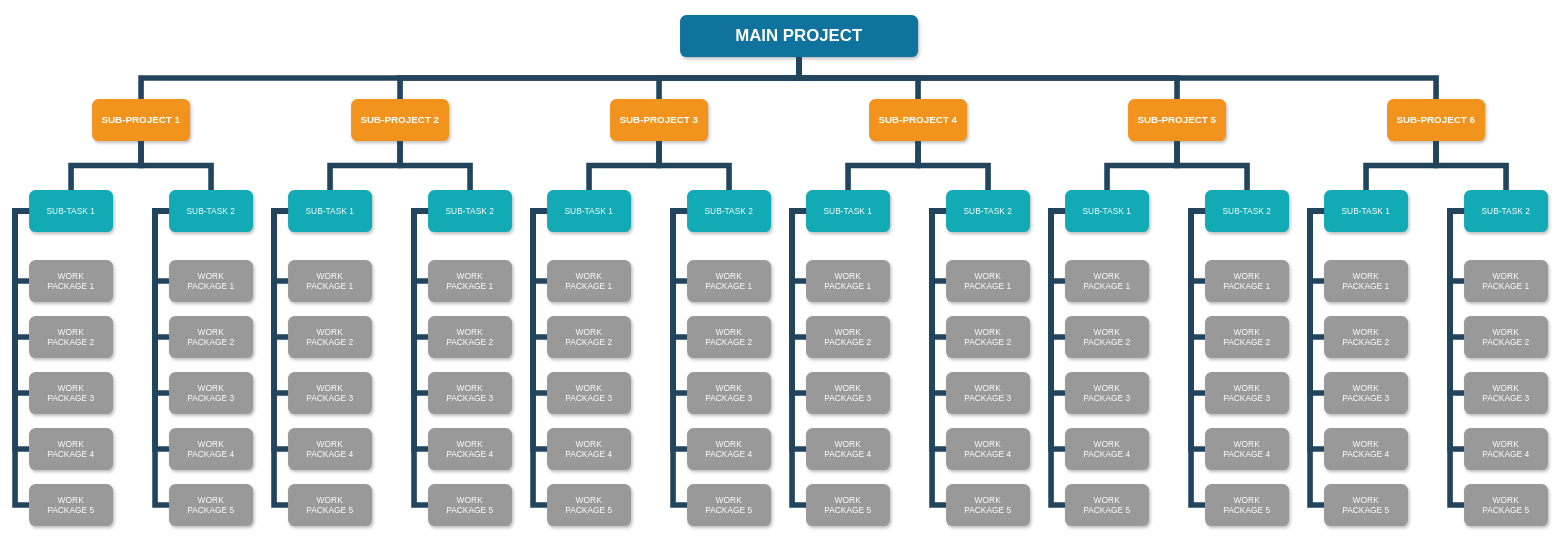
The draw.io diagram Untitled Diagram.drawio in leohlgctzby/git_test1, before the edit. Source tidied: cells renumbered, new cells numbered last; positions are measured from the earlier drawing's top-left corner, leaving out a move shared by most shapes. Both pictures are drawn from the tidied source at 70%, with x=0, y=0 at pixel (15, 15).
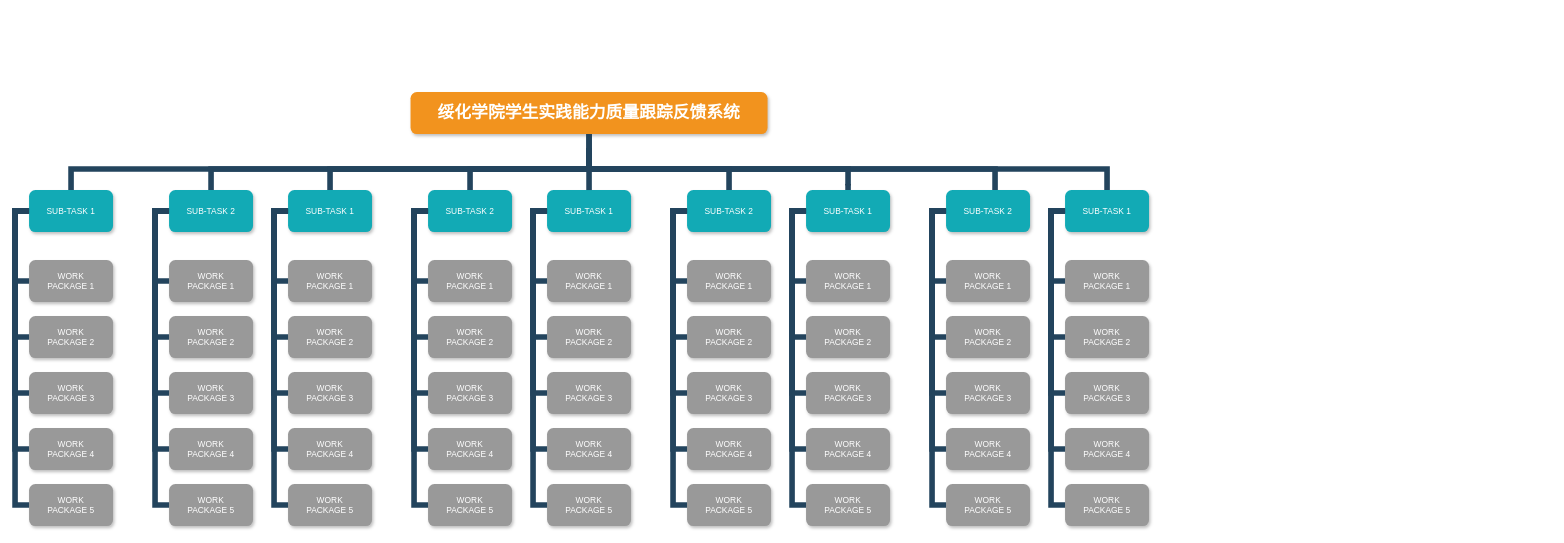
The same page after the edit.

Unchanged cells that the change refers to:
```xml
<mxCell id="9" value="SUB-TASK 1" style="whiteSpace=wrap;rounded=1;fillColor=#12AAB5;strokeColor=none;shadow=1;fontColor=#FFFFFF;" parent="1" vertex="1">
  <mxGeometry x="20" y="250" width="120" height="60" as="geometry" />
</mxCell>
<mxCell id="10" value="SUB-TASK 2" style="whiteSpace=wrap;rounded=1;fillColor=#12AAB5;strokeColor=none;shadow=1;fontColor=#FFFFFF;" parent="1" vertex="1">
  <mxGeometry x="220" y="250" width="120" height="60" as="geometry" />
</mxCell>
<mxCell id="21" value="SUB-TASK 1" style="whiteSpace=wrap;rounded=1;fillColor=#12AAB5;strokeColor=none;shadow=1;fontColor=#FFFFFF;" parent="1" vertex="1">
  <mxGeometry x="390" y="250" width="120" height="60" as="geometry" />
</mxCell>
<mxCell id="22" value="SUB-TASK 2" style="whiteSpace=wrap;rounded=1;fillColor=#12AAB5;strokeColor=none;shadow=1;fontColor=#FFFFFF;" parent="1" vertex="1">
  <mxGeometry x="590" y="250" width="120" height="60" as="geometry" />
</mxCell>
<mxCell id="57" value="SUB-TASK 1" style="whiteSpace=wrap;rounded=1;fillColor=#12AAB5;strokeColor=none;shadow=1;fontColor=#FFFFFF;" parent="1" vertex="1">
  <mxGeometry x="760" y="250" width="120" height="60" as="geometry" />
</mxCell>
<mxCell id="58" value="SUB-TASK 2" style="whiteSpace=wrap;rounded=1;fillColor=#12AAB5;strokeColor=none;shadow=1;fontColor=#FFFFFF;" parent="1" vertex="1">
  <mxGeometry x="960" y="250" width="120" height="60" as="geometry" />
</mxCell>
<mxCell id="79" value="SUB-TASK 1" style="whiteSpace=wrap;rounded=1;fillColor=#12AAB5;strokeColor=none;shadow=1;fontColor=#FFFFFF;" parent="1" vertex="1">
  <mxGeometry x="1130" y="250" width="120" height="60" as="geometry" />
</mxCell>
<mxCell id="80" value="SUB-TASK 2" style="whiteSpace=wrap;rounded=1;fillColor=#12AAB5;strokeColor=none;shadow=1;fontColor=#FFFFFF;" parent="1" vertex="1">
  <mxGeometry x="1330" y="250" width="120" height="60" as="geometry" />
</mxCell>
<mxCell id="101" value="SUB-TASK 1" style="whiteSpace=wrap;rounded=1;fillColor=#12AAB5;strokeColor=none;shadow=1;fontColor=#FFFFFF;" parent="1" vertex="1">
  <mxGeometry x="1500" y="250" width="120" height="60" as="geometry" />
</mxCell>
```

What changed in the source:
```diff
@@
-    <mxCell id="2" value="MAIN PROJECT" style="whiteSpace=wrap;rounded=1;shadow=1;fillColor=#10739E;strokeColor=none;fontColor=#FFFFFF;fontStyle=1;fontSize=24;" parent="1" vertex="1">
-      <mxGeometry x="950" width="340" height="60" as="geometry" />
+    <mxCell id="2" value="绥化学院学生实践能力质量跟踪反馈系统" style="whiteSpace=wrap;rounded=1;shadow=1;strokeColor=none;fontColor=#FFFFFF;fontStyle=1;fontSize=24;fillColor=#F2931E;" parent="1" vertex="1">
+      <mxGeometry x="565" y="110" width="510" height="60" as="geometry" />
     </mxCell>
-    <mxCell id="3" value="SUB-PROJECT 1" style="whiteSpace=wrap;rounded=1;fillColor=#F2931E;strokeColor=none;shadow=1;fontColor=#FFFFFF;fontStyle=1;fontSize=14;" parent="1" vertex="1">
-      <mxGeometry x="110" y="120" width="140" height="60" as="geometry" />
-    </mxCell>
-    <mxCell id="4" value="SUB-PROJECT 2" style="whiteSpace=wrap;rounded=1;fillColor=#F2931E;strokeColor=none;shadow=1;fontColor=#FFFFFF;fontStyle=1;fontSize=14;" parent="1" vertex="1">
-      <mxGeometry x="480" y="120" width="140" height="60" as="geometry" />
-    </mxCell>
-    <mxCell id="5" value="SUB-PROJECT 6" style="whiteSpace=wrap;rounded=1;fillColor=#F2931E;strokeColor=none;shadow=1;fontColor=#FFFFFF;fontStyle=1;fontSize=14;" parent="1" vertex="1">
-      <mxGeometry x="1960" y="120" width="140" height="60" as="geometry" />
-    </mxCell>
-    <mxCell id="6" value="SUB-PROJECT 3" style="whiteSpace=wrap;rounded=1;fillColor=#F2931E;strokeColor=none;shadow=1;fontColor=#FFFFFF;fontStyle=1;fontSize=14;" parent="1" vertex="1">
-      <mxGeometry x="850" y="120" width="140" height="60" as="geometry" />
-    </mxCell>
-    <mxCell id="7" value="SUB-PROJECT 4" style="whiteSpace=wrap;rounded=1;fillColor=#F2931E;strokeColor=none;shadow=1;fontColor=#FFFFFF;fontStyle=1;fontSize=14;" parent="1" vertex="1">
-      <mxGeometry x="1220" y="120" width="140" height="60" as="geometry" />
-    </mxCell>
-    <mxCell id="8" value="SUB-PROJECT 5" style="whiteSpace=wrap;rounded=1;fillColor=#F2931E;strokeColor=none;shadow=1;fontColor=#FFFFFF;fontStyle=1;fontSize=14;" parent="1" vertex="1">
-      <mxGeometry x="1590" y="120" width="140" height="60" as="geometry" />
-    </mxCell>
@@
-    <mxCell id="33" style="edgeStyle=elbowEdgeStyle;elbow=vertical;rounded=0;fontColor=#000000;endArrow=none;endFill=0;strokeWidth=8;strokeColor=#23445D;" parent="1" edge="1" source="3" target="9">
-      <mxGeometry relative="1" as="geometry" />
-    </mxCell>
-    <mxCell id="34" style="edgeStyle=elbowEdgeStyle;elbow=vertical;rounded=0;fontColor=#000000;endArrow=none;endFill=0;strokeWidth=8;strokeColor=#23445D;" parent="1" edge="1" source="3" target="10">
-      <mxGeometry relative="1" as="geometry" />
-    </mxCell>
@@
-    <mxCell id="45" style="edgeStyle=elbowEdgeStyle;elbow=vertical;rounded=0;fontColor=#000000;endArrow=none;endFill=0;strokeWidth=8;strokeColor=#23445D;" parent="1" edge="1" source="4" target="21">
-      <mxGeometry relative="1" as="geometry" />
-    </mxCell>
-    <mxCell id="46" style="edgeStyle=elbowEdgeStyle;elbow=vertical;rounded=0;fontColor=#000000;endArrow=none;endFill=0;strokeWidth=8;strokeColor=#23445D;" parent="1" edge="1" source="4" target="22">
-      <mxGeometry relative="1" as="geometry" />
-    </mxCell>
@@
+    <mxCell id="159" style="edgeStyle=orthogonalEdgeStyle;rounded=0;jettySize=auto;html=1;" parent="1" edge="1" source="79">
+      <mxGeometry relative="1" as="geometry">
+        <mxPoint x="1190" y="250" as="targetPoint" />
+      </mxGeometry>
+    </mxCell>
@@
-    <mxCell id="102" value="SUB-TASK 2" style="whiteSpace=wrap;rounded=1;fillColor=#12AAB5;strokeColor=none;shadow=1;fontColor=#FFFFFF;" parent="1" vertex="1">
-      <mxGeometry x="1700" y="250" width="120" height="60" as="geometry" />
-    </mxCell>
@@
-    <mxCell id="108" value="WORK&#10;PACKAGE 1" style="whiteSpace=wrap;rounded=1;fillColor=#999999;strokeColor=none;shadow=1;fontColor=#FFFFFF;fontStyle=0;" parent="1" vertex="1">
-      <mxGeometry x="1700" y="350" width="120" height="60" as="geometry" />
-    </mxCell>
-    <mxCell id="109" value="WORK&#10;PACKAGE 2" style="whiteSpace=wrap;rounded=1;fillColor=#999999;strokeColor=none;shadow=1;fontColor=#FFFFFF;fontStyle=0;" parent="1" vertex="1">
-      <mxGeometry x="1700" y="430" width="120" height="60" as="geometry" />
-    </mxCell>
-    <mxCell id="110" value="WORK&#10;PACKAGE 3" style="whiteSpace=wrap;rounded=1;fillColor=#999999;strokeColor=none;shadow=1;fontColor=#FFFFFF;fontStyle=0;" parent="1" vertex="1">
-      <mxGeometry x="1700" y="510" width="120" height="60" as="geometry" />
-    </mxCell>
-    <mxCell id="111" value="WORK&#10;PACKAGE 4" style="whiteSpace=wrap;rounded=1;fillColor=#999999;strokeColor=none;shadow=1;fontColor=#FFFFFF;fontStyle=0;" parent="1" vertex="1">
-      <mxGeometry x="1700" y="590" width="120" height="60" as="geometry" />
-    </mxCell>
-    <mxCell id="112" value="WORK&#10;PACKAGE 5" style="whiteSpace=wrap;rounded=1;fillColor=#999999;strokeColor=none;shadow=1;fontColor=#FFFFFF;fontStyle=0;" parent="1" vertex="1">
-      <mxGeometry x="1700" y="670" width="120" height="60" as="geometry" />
-    </mxCell>
@@
-    <mxCell id="118" style="edgeStyle=elbowEdgeStyle;elbow=horizontal;rounded=0;fontColor=#000000;endArrow=none;endFill=0;strokeWidth=8;strokeColor=#23445D;" parent="1" edge="1" source="102" target="108">
-      <mxGeometry relative="1" as="geometry">
-        <Array as="points">
-          <mxPoint x="1680" y="330" />
-        </Array>
-      </mxGeometry>
-    </mxCell>
-    <mxCell id="119" style="edgeStyle=elbowEdgeStyle;elbow=horizontal;rounded=0;fontColor=#000000;endArrow=none;endFill=0;strokeWidth=8;strokeColor=#23445D;" parent="1" edge="1" source="102" target="109">
-      <mxGeometry relative="1" as="geometry">
-        <Array as="points">
-          <mxPoint x="1680" y="370" />
-        </Array>
-      </mxGeometry>
-    </mxCell>
-    <mxCell id="120" style="edgeStyle=elbowEdgeStyle;elbow=horizontal;rounded=0;fontColor=#000000;endArrow=none;endFill=0;strokeWidth=8;strokeColor=#23445D;" parent="1" edge="1" source="102" target="112">
-      <mxGeometry relative="1" as="geometry">
-        <Array as="points">
-          <mxPoint x="1680" y="490" />
-        </Array>
-      </mxGeometry>
-    </mxCell>
-    <mxCell id="121" style="edgeStyle=elbowEdgeStyle;elbow=horizontal;rounded=0;fontColor=#000000;endArrow=none;endFill=0;strokeWidth=8;strokeColor=#23445D;" parent="1" edge="1" source="102" target="111">
-      <mxGeometry relative="1" as="geometry">
-        <Array as="points">
-          <mxPoint x="1680" y="450" />
-        </Array>
-      </mxGeometry>
-    </mxCell>
-    <mxCell id="122" style="edgeStyle=elbowEdgeStyle;elbow=horizontal;rounded=0;fontColor=#000000;endArrow=none;endFill=0;strokeWidth=8;strokeColor=#23445D;" parent="1" edge="1" source="102" target="110">
-      <mxGeometry relative="1" as="geometry">
-        <Array as="points">
-          <mxPoint x="1680" y="420" />
-        </Array>
-      </mxGeometry>
-    </mxCell>
-    <mxCell id="123" value="SUB-TASK 1" style="whiteSpace=wrap;rounded=1;fillColor=#12AAB5;strokeColor=none;shadow=1;fontColor=#FFFFFF;" parent="1" vertex="1">
-      <mxGeometry x="1870" y="250" width="120" height="60" as="geometry" />
-    </mxCell>
-    <mxCell id="124" value="SUB-TASK 2" style="whiteSpace=wrap;rounded=1;fillColor=#12AAB5;strokeColor=none;shadow=1;fontColor=#FFFFFF;" parent="1" vertex="1">
-      <mxGeometry x="2070" y="250" width="120" height="60" as="geometry" />
-    </mxCell>
-    <mxCell id="125" value="WORK&#10;PACKAGE 1" style="whiteSpace=wrap;rounded=1;fillColor=#999999;strokeColor=none;shadow=1;fontColor=#FFFFFF;fontStyle=0;" parent="1" vertex="1">
-      <mxGeometry x="1870" y="350" width="120" height="60" as="geometry" />
-    </mxCell>
-    <mxCell id="126" value="WORK&#10;PACKAGE 2" style="whiteSpace=wrap;rounded=1;fillColor=#999999;strokeColor=none;shadow=1;fontColor=#FFFFFF;fontStyle=0;" parent="1" vertex="1">
-      <mxGeometry x="1870" y="430" width="120" height="60" as="geometry" />
-    </mxCell>
-    <mxCell id="127" value="WORK&#10;PACKAGE 3" style="whiteSpace=wrap;rounded=1;fillColor=#999999;strokeColor=none;shadow=1;fontColor=#FFFFFF;fontStyle=0;" parent="1" vertex="1">
-      <mxGeometry x="1870" y="510" width="120" height="60" as="geometry" />
-    </mxCell>
-    <mxCell id="128" value="WORK&#10;PACKAGE 4" style="whiteSpace=wrap;rounded=1;fillColor=#999999;strokeColor=none;shadow=1;fontColor=#FFFFFF;fontStyle=0;" parent="1" vertex="1">
-      <mxGeometry x="1870" y="590" width="120" height="60" as="geometry" />
-    </mxCell>
-    <mxCell id="129" value="WORK&#10;PACKAGE 5" style="whiteSpace=wrap;rounded=1;fillColor=#999999;strokeColor=none;shadow=1;fontColor=#FFFFFF;fontStyle=0;" parent="1" vertex="1">
-      <mxGeometry x="1870" y="670" width="120" height="60" as="geometry" />
-    </mxCell>
-    <mxCell id="130" value="WORK&#10;PACKAGE 1" style="whiteSpace=wrap;rounded=1;fillColor=#999999;strokeColor=none;shadow=1;fontColor=#FFFFFF;fontStyle=0;" parent="1" vertex="1">
-      <mxGeometry x="2070" y="350" width="120" height="60" as="geometry" />
-    </mxCell>
-    <mxCell id="131" value="WORK&#10;PACKAGE 2" style="whiteSpace=wrap;rounded=1;fillColor=#999999;strokeColor=none;shadow=1;fontColor=#FFFFFF;fontStyle=0;" parent="1" vertex="1">
-      <mxGeometry x="2070" y="430" width="120" height="60" as="geometry" />
-    </mxCell>
-    <mxCell id="132" value="WORK&#10;PACKAGE 3" style="whiteSpace=wrap;rounded=1;fillColor=#999999;strokeColor=none;shadow=1;fontColor=#FFFFFF;fontStyle=0;" parent="1" vertex="1">
-      <mxGeometry x="2070" y="510" width="120" height="60" as="geometry" />
-    </mxCell>
-    <mxCell id="133" value="WORK&#10;PACKAGE 4" style="whiteSpace=wrap;rounded=1;fillColor=#999999;strokeColor=none;shadow=1;fontColor=#FFFFFF;fontStyle=0;" parent="1" vertex="1">
-      <mxGeometry x="2070" y="590" width="120" height="60" as="geometry" />
-    </mxCell>
-    <mxCell id="134" value="WORK&#10;PACKAGE 5" style="whiteSpace=wrap;rounded=1;fillColor=#999999;strokeColor=none;shadow=1;fontColor=#FFFFFF;fontStyle=0;" parent="1" vertex="1">
-      <mxGeometry x="2070" y="670" width="120" height="60" as="geometry" />
-    </mxCell>
-    <mxCell id="135" style="edgeStyle=elbowEdgeStyle;elbow=horizontal;rounded=0;fontColor=#000000;endArrow=none;endFill=0;strokeWidth=8;strokeColor=#23445D;" parent="1" edge="1" source="123" target="125">
-      <mxGeometry relative="1" as="geometry">
-        <Array as="points">
-          <mxPoint x="1850" y="330" />
-        </Array>
-      </mxGeometry>
-    </mxCell>
-    <mxCell id="136" style="edgeStyle=elbowEdgeStyle;elbow=horizontal;rounded=0;fontColor=#000000;endArrow=none;endFill=0;strokeWidth=8;strokeColor=#23445D;" parent="1" edge="1" source="123" target="126">
-      <mxGeometry relative="1" as="geometry">
-        <Array as="points">
-          <mxPoint x="1850" y="370" />
-        </Array>
-      </mxGeometry>
-    </mxCell>
-    <mxCell id="137" style="edgeStyle=elbowEdgeStyle;elbow=horizontal;rounded=0;fontColor=#000000;endArrow=none;endFill=0;strokeWidth=8;strokeColor=#23445D;" parent="1" edge="1" source="123" target="129">
-      <mxGeometry relative="1" as="geometry">
-        <Array as="points">
-          <mxPoint x="1850" y="500" />
-        </Array>
-      </mxGeometry>
-    </mxCell>
-    <mxCell id="138" style="edgeStyle=elbowEdgeStyle;elbow=horizontal;rounded=0;fontColor=#000000;endArrow=none;endFill=0;strokeWidth=8;strokeColor=#23445D;" parent="1" edge="1" source="123" target="128">
-      <mxGeometry relative="1" as="geometry">
-        <Array as="points">
-          <mxPoint x="1850" y="450" />
-        </Array>
-      </mxGeometry>
-    </mxCell>
-    <mxCell id="139" style="edgeStyle=elbowEdgeStyle;elbow=horizontal;rounded=0;fontColor=#000000;endArrow=none;endFill=0;strokeWidth=8;strokeColor=#23445D;" parent="1" edge="1" source="123" target="127">
-      <mxGeometry relative="1" as="geometry">
-        <Array as="points">
-          <mxPoint x="1850" y="420" />
-        </Array>
-      </mxGeometry>
-    </mxCell>
-    <mxCell id="140" style="edgeStyle=elbowEdgeStyle;elbow=horizontal;rounded=0;fontColor=#000000;endArrow=none;endFill=0;strokeWidth=8;strokeColor=#23445D;" parent="1" edge="1" source="124" target="130">
-      <mxGeometry relative="1" as="geometry">
-        <Array as="points">
-          <mxPoint x="2050" y="330" />
-        </Array>
-      </mxGeometry>
-    </mxCell>
-    <mxCell id="141" style="edgeStyle=elbowEdgeStyle;elbow=horizontal;rounded=0;fontColor=#000000;endArrow=none;endFill=0;strokeWidth=8;strokeColor=#23445D;" parent="1" edge="1" source="124" target="131">
-      <mxGeometry relative="1" as="geometry">
-        <Array as="points">
-          <mxPoint x="2050" y="370" />
-        </Array>
-      </mxGeometry>
-    </mxCell>
-    <mxCell id="142" style="edgeStyle=elbowEdgeStyle;elbow=horizontal;rounded=0;fontColor=#000000;endArrow=none;endFill=0;strokeWidth=8;strokeColor=#23445D;" parent="1" edge="1" source="124" target="134">
-      <mxGeometry relative="1" as="geometry">
-        <Array as="points">
-          <mxPoint x="2050" y="490" />
-        </Array>
-      </mxGeometry>
-    </mxCell>
-    <mxCell id="143" style="edgeStyle=elbowEdgeStyle;elbow=horizontal;rounded=0;fontColor=#000000;endArrow=none;endFill=0;strokeWidth=8;strokeColor=#23445D;" parent="1" edge="1" source="124" target="133">
-      <mxGeometry relative="1" as="geometry">
-        <Array as="points">
-          <mxPoint x="2050" y="450" />
-        </Array>
-      </mxGeometry>
-    </mxCell>
-    <mxCell id="144" style="edgeStyle=elbowEdgeStyle;elbow=horizontal;rounded=0;fontColor=#000000;endArrow=none;endFill=0;strokeWidth=8;strokeColor=#23445D;" parent="1" edge="1" source="124" target="132">
-      <mxGeometry relative="1" as="geometry">
-        <Array as="points">
-          <mxPoint x="2050" y="420" />
-        </Array>
-      </mxGeometry>
-    </mxCell>
-    <mxCell id="145" style="edgeStyle=elbowEdgeStyle;elbow=vertical;rounded=0;fontColor=#000000;endArrow=none;endFill=0;strokeWidth=8;strokeColor=#23445D;" parent="1" edge="1" source="6" target="57">
-      <mxGeometry relative="1" as="geometry" />
-    </mxCell>
-    <mxCell id="146" style="edgeStyle=elbowEdgeStyle;elbow=vertical;rounded=0;fontColor=#000000;endArrow=none;endFill=0;strokeWidth=8;strokeColor=#23445D;" parent="1" edge="1" source="6" target="58">
-      <mxGeometry relative="1" as="geometry" />
-    </mxCell>
-    <mxCell id="147" style="edgeStyle=elbowEdgeStyle;elbow=vertical;rounded=0;fontColor=#000000;endArrow=none;endFill=0;strokeWidth=8;strokeColor=#23445D;" parent="1" edge="1" source="7" target="79">
-      <mxGeometry relative="1" as="geometry" />
-    </mxCell>
-    <mxCell id="148" style="edgeStyle=elbowEdgeStyle;elbow=vertical;rounded=0;fontColor=#000000;endArrow=none;endFill=0;strokeWidth=8;strokeColor=#23445D;" parent="1" edge="1" source="7" target="80">
-      <mxGeometry relative="1" as="geometry" />
-    </mxCell>
-    <mxCell id="149" style="edgeStyle=elbowEdgeStyle;elbow=vertical;rounded=0;fontColor=#000000;endArrow=none;endFill=0;strokeWidth=8;strokeColor=#23445D;" parent="1" edge="1" source="8" target="101">
-      <mxGeometry relative="1" as="geometry" />
-    </mxCell>
-    <mxCell id="150" style="edgeStyle=elbowEdgeStyle;elbow=vertical;rounded=0;fontColor=#000000;endArrow=none;endFill=0;strokeWidth=8;strokeColor=#23445D;" parent="1" edge="1" source="8" target="102">
-      <mxGeometry relative="1" as="geometry" />
-    </mxCell>
-    <mxCell id="151" style="edgeStyle=elbowEdgeStyle;elbow=vertical;rounded=0;fontColor=#000000;endArrow=none;endFill=0;strokeWidth=8;strokeColor=#23445D;" parent="1" edge="1" source="5" target="123">
-      <mxGeometry relative="1" as="geometry" />
-    </mxCell>
-    <mxCell id="152" style="edgeStyle=elbowEdgeStyle;elbow=vertical;rounded=0;fontColor=#000000;endArrow=none;endFill=0;strokeWidth=8;strokeColor=#23445D;" parent="1" edge="1" source="5" target="124">
-      <mxGeometry relative="1" as="geometry" />
-    </mxCell>
-    <mxCell id="153" style="edgeStyle=elbowEdgeStyle;elbow=vertical;rounded=0;fontColor=#000000;endArrow=none;endFill=0;strokeWidth=8;strokeColor=#23445D;" parent="1" edge="1" source="2" target="3">
-      <mxGeometry relative="1" as="geometry" />
+    <mxCell id="153" style="edgeStyle=elbowEdgeStyle;elbow=vertical;rounded=0;fontColor=#000000;endArrow=none;endFill=0;strokeWidth=8;strokeColor=#23445D;entryX=0.5;entryY=0;entryDx=0;entryDy=0;" parent="1" edge="1" source="2" target="10">
+      <mxGeometry relative="1" as="geometry">
+        <Array as="points">
+          <mxPoint x="820" y="220" />
+          <mxPoint x="820" y="220" />
+        </Array>
+      </mxGeometry>
     </mxCell>
-    <mxCell id="154" style="edgeStyle=elbowEdgeStyle;elbow=vertical;rounded=0;fontColor=#000000;endArrow=none;endFill=0;strokeWidth=8;strokeColor=#23445D;" parent="1" edge="1" source="2" target="4">
-      <mxGeometry relative="1" as="geometry" />
-    </mxCell>
-    <mxCell id="155" style="edgeStyle=elbowEdgeStyle;elbow=vertical;rounded=0;fontColor=#000000;endArrow=none;endFill=0;strokeWidth=8;strokeColor=#23445D;" parent="1" edge="1" source="2" target="6">
-      <mxGeometry relative="1" as="geometry" />
-    </mxCell>
-    <mxCell id="156" style="edgeStyle=elbowEdgeStyle;elbow=vertical;rounded=0;fontColor=#000000;endArrow=none;endFill=0;strokeWidth=8;strokeColor=#23445D;" parent="1" edge="1" source="2" target="7">
-      <mxGeometry relative="1" as="geometry" />
-    </mxCell>
-    <mxCell id="157" style="edgeStyle=elbowEdgeStyle;elbow=vertical;rounded=0;fontColor=#000000;endArrow=none;endFill=0;strokeWidth=8;strokeColor=#23445D;" parent="1" edge="1" source="2" target="8">
-      <mxGeometry relative="1" as="geometry" />
-    </mxCell>
-    <mxCell id="158" style="edgeStyle=elbowEdgeStyle;elbow=vertical;rounded=0;fontColor=#000000;endArrow=none;endFill=0;strokeWidth=8;strokeColor=#23445D;" parent="1" edge="1" source="2" target="5">
-      <mxGeometry relative="1" as="geometry" />
-    </mxCell>
+    <mxCell id="160" style="edgeStyle=elbowEdgeStyle;elbow=vertical;rounded=0;fontColor=#000000;endArrow=none;endFill=0;strokeWidth=8;strokeColor=#23445D;entryX=0.5;entryY=0;entryDx=0;entryDy=0;exitX=0.5;exitY=0;exitDx=0;exitDy=0;" parent="1" edge="1" source="101" target="9">
+      <mxGeometry relative="1" as="geometry">
+        <Array as="points">
+          <mxPoint x="250" y="220" />
+        </Array>
+      </mxGeometry>
+    </mxCell>
+    <mxCell id="161" style="edgeStyle=elbowEdgeStyle;elbow=vertical;rounded=0;fontColor=#000000;endArrow=none;endFill=0;strokeWidth=8;strokeColor=#23445D;exitX=0.5;exitY=1;exitDx=0;exitDy=0;" parent="1" edge="1" source="2">
+      <mxGeometry relative="1" as="geometry">
+        <mxPoint x="1400" y="250" as="targetPoint" />
+        <Array as="points">
+          <mxPoint x="1060" y="220" />
+        </Array>
+      </mxGeometry>
+    </mxCell>
+    <mxCell id="162" style="edgeStyle=elbowEdgeStyle;elbow=vertical;rounded=0;fontColor=#000000;endArrow=none;endFill=0;strokeWidth=8;strokeColor=#23445D;" parent="1" edge="1">
+      <mxGeometry relative="1" as="geometry">
+        <mxPoint x="820" y="190" as="sourcePoint" />
+        <mxPoint x="1190" y="250" as="targetPoint" />
+        <Array as="points">
+          <mxPoint x="1010" y="220" />
+        </Array>
+      </mxGeometry>
+    </mxCell>
+    <mxCell id="163" style="edgeStyle=elbowEdgeStyle;elbow=vertical;rounded=0;fontColor=#000000;endArrow=none;endFill=0;strokeWidth=8;strokeColor=#23445D;entryX=0.5;entryY=0;entryDx=0;entryDy=0;" parent="1" edge="1" target="58">
+      <mxGeometry relative="1" as="geometry">
+        <mxPoint x="820" y="190" as="sourcePoint" />
+        <Array as="points">
+          <mxPoint x="1010" y="220" />
+        </Array>
+      </mxGeometry>
+    </mxCell>
+    <mxCell id="164" style="edgeStyle=elbowEdgeStyle;elbow=vertical;rounded=0;fontColor=#000000;endArrow=none;endFill=0;strokeWidth=8;strokeColor=#23445D;entryX=0.5;entryY=0;entryDx=0;entryDy=0;" parent="1" edge="1" target="57">
+      <mxGeometry relative="1" as="geometry">
+        <mxPoint x="820" y="190" as="sourcePoint" />
+        <Array as="points">
+          <mxPoint x="1010" y="220" />
+        </Array>
+      </mxGeometry>
+    </mxCell>
+    <mxCell id="165" style="edgeStyle=elbowEdgeStyle;elbow=vertical;rounded=0;fontColor=#000000;endArrow=none;endFill=0;strokeWidth=8;strokeColor=#23445D;entryX=0.5;entryY=0;entryDx=0;entryDy=0;" parent="1" edge="1" target="22">
+      <mxGeometry relative="1" as="geometry">
+        <mxPoint x="820" y="190" as="sourcePoint" />
+        <Array as="points">
+          <mxPoint x="1010" y="220" />
+        </Array>
+      </mxGeometry>
+    </mxCell>
+    <mxCell id="166" style="edgeStyle=elbowEdgeStyle;elbow=vertical;rounded=0;fontColor=#000000;endArrow=none;endFill=0;strokeWidth=8;strokeColor=#23445D;entryX=0.5;entryY=0;entryDx=0;entryDy=0;" parent="1" edge="1" target="21">
+      <mxGeometry relative="1" as="geometry">
+        <mxPoint x="820" y="190" as="sourcePoint" />
+        <Array as="points">
+          <mxPoint x="1010" y="220" />
+        </Array>
+      </mxGeometry>
+    </mxCell>
```
